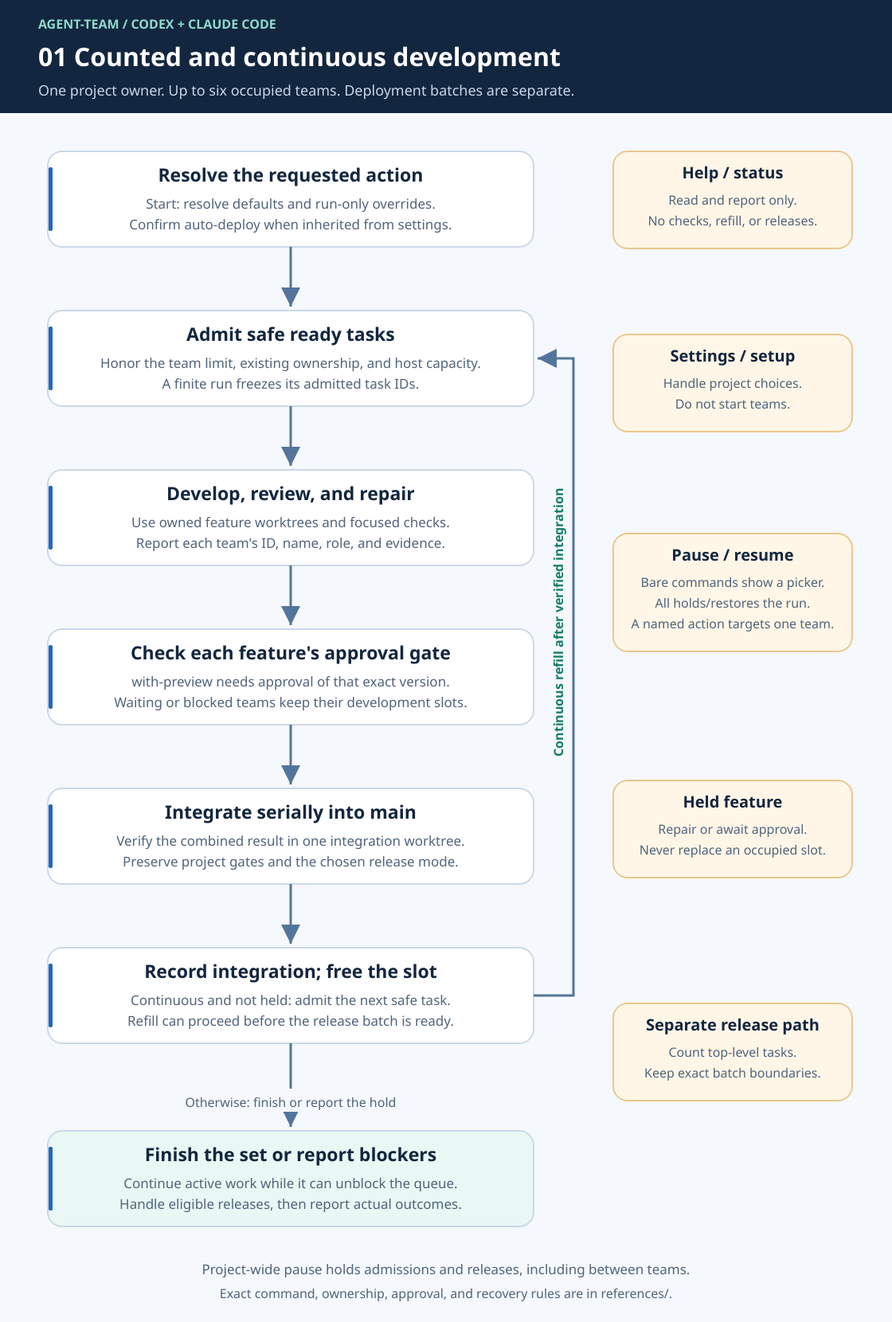
thebpandey/agent-team keeps this Mermaid diagram as assets/diagrams/setup-development.png. Above is the earlier version. Its source is kept beside it as assets/diagrams/setup-development.mmd.
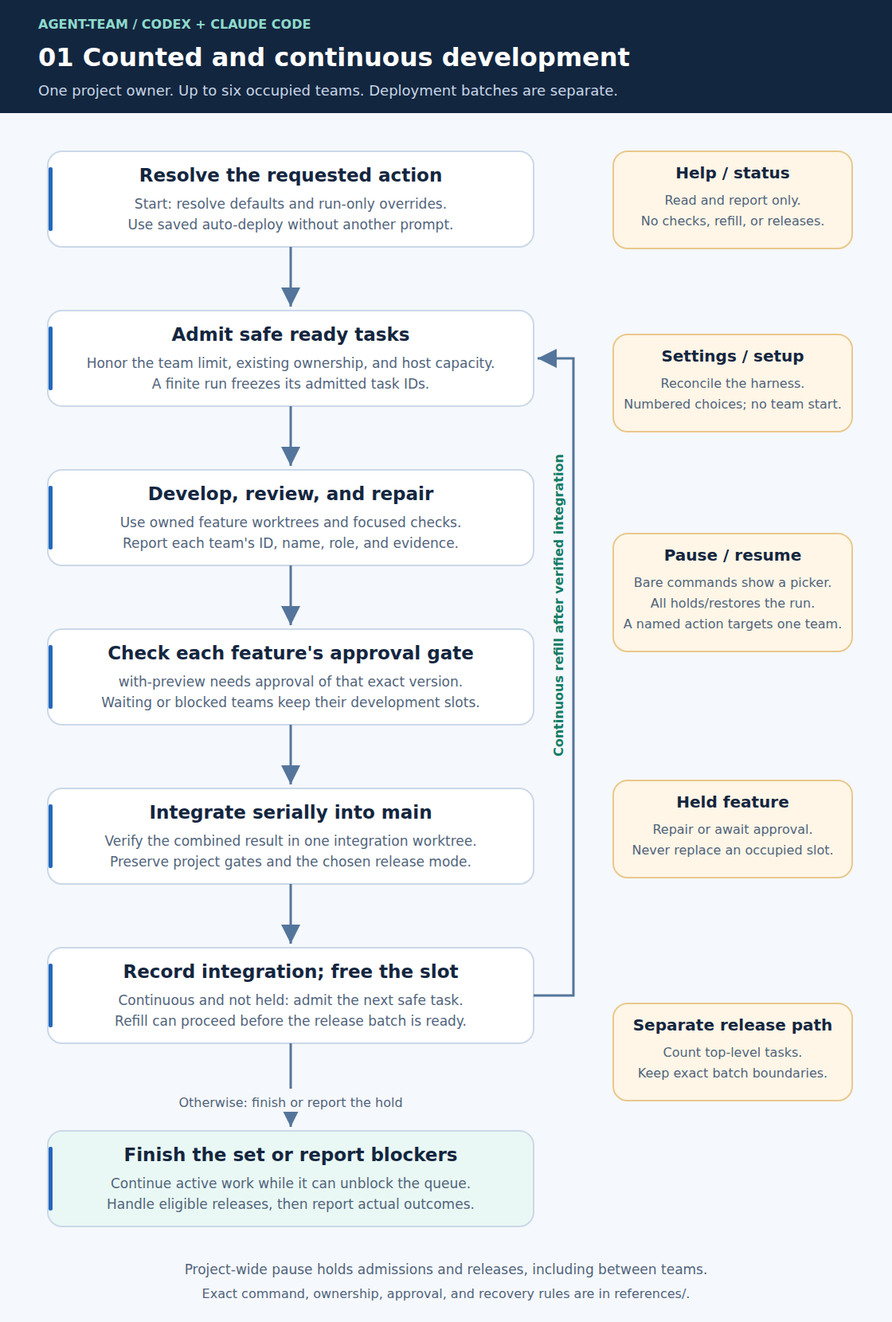
Later version of the same file.

Change to the diagram source:
```diff
@@ -1,10 +1,10 @@
 flowchart TD
     A["Resolve action; show wordmark for start/resume/settings/setup/status"] --> B{"Requested action"}
     B -->|Help or status| C["Read and report only; leave active work running"]
-    B -->|Settings or setup| D["Handle project choices only; no team start"]
+    B -->|Settings or setup| D["Reconcile harness; use numbered dependency/settings choices; no team start"]
     B -->|Pause or resume| E["Bare action: picker first; All controls run and offered teams"]
     E -->|Project resume after evidence checks| F
-    B -->|Start| F["Resolve run choices; confirm inherited auto-deploy before claims"]
+    B -->|Start| F["Resolve run choices; use saved auto-deploy without another prompt"]
     F --> G["Admit safe ready tasks within 1-6 team limit and host capacity"]
     G --> H["Develop, review, repair in feature worktrees"]
     H --> I{"Checks and required version approval pass?"}
```
